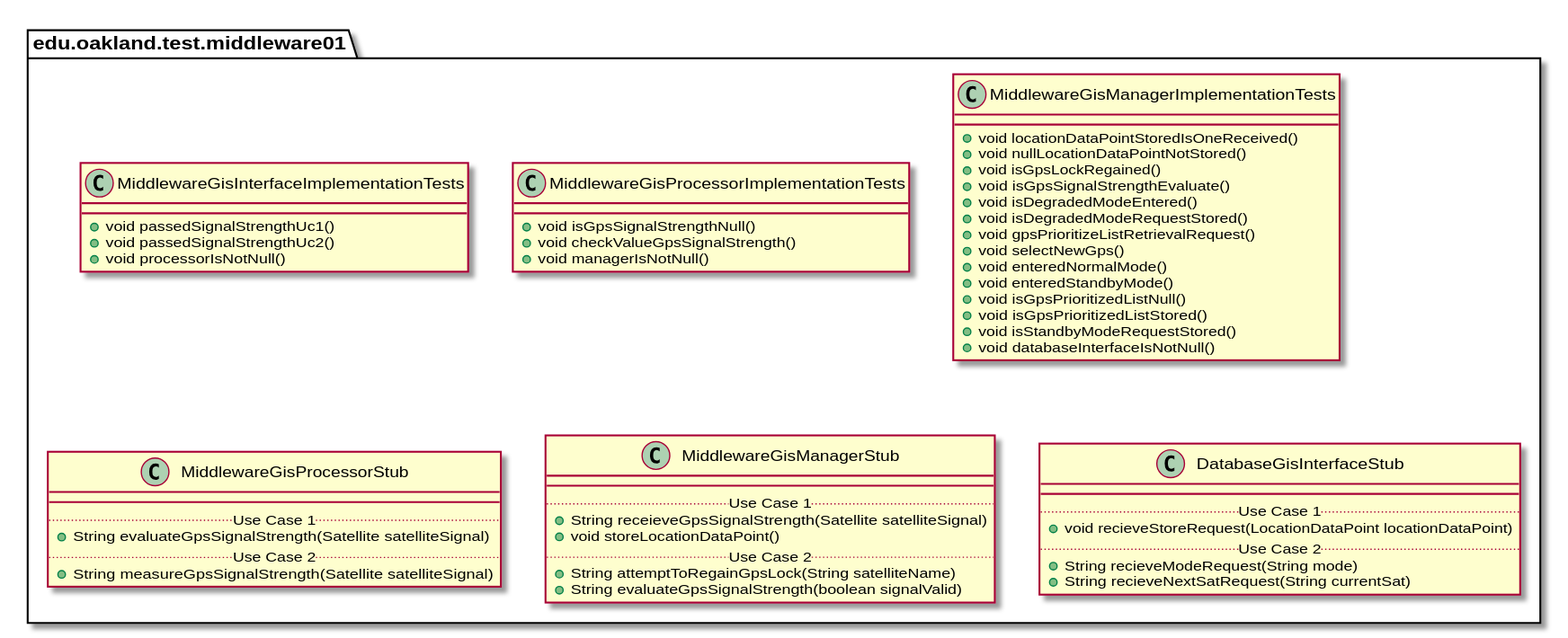
andrewdimmer/csi-3370-software-project keeps this PlantUML diagram as docs/uml-class-diagrams/middleware01/test/Middleware01TestPackage.svg. Above is the earlier version.
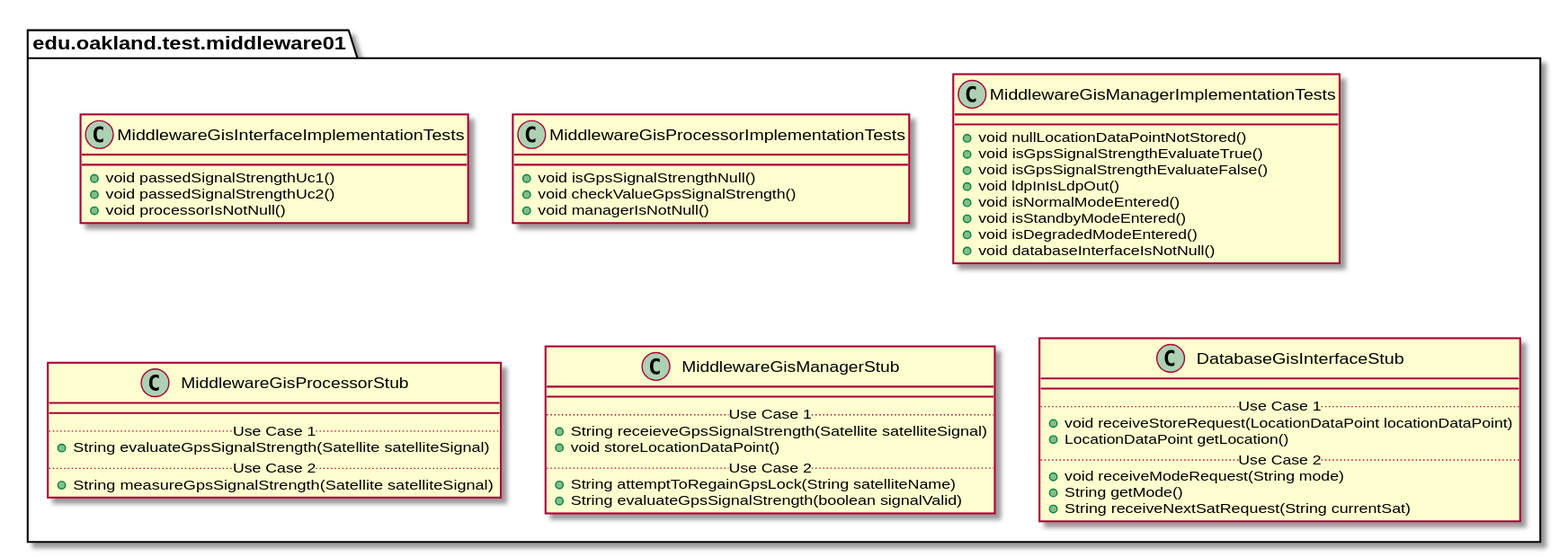
After the commit.

Change to the diagram source:
```diff
@@ -25,19 +25,13 @@
 
 package edu.oakland.test.middleware01 {
   class MiddlewareGisManagerImplementationTests {
-    + void locationDataPointStoredIsOneReceived()
     + void nullLocationDataPointNotStored()
-    + void isGpsLockRegained()
-    + void isGpsSignalStrengthEvaluate()
+    + void isGpsSignalStrengthEvaluateTrue()
+    + void isGpsSignalStrengthEvaluateFalse()
+    + void ldpInIsLdpOut()
+    + void isNormalModeEntered()
+    + void isStandbyModeEntered()
     + void isDegradedModeEntered()
-    + void isDegradedModeRequestStored()
-    + void gpsPrioritizeListRetrievalRequest()
-    + void selectNewGps()
-    + void enteredNormalMode()
-    + void enteredStandbyMode()
-    + void isGpsPrioritizedListNull()
-    + void isGpsPrioritizedListStored()
-    + void isStandbyModeRequestStored()
     + void databaseInterfaceIsNotNull()
   }
 }
@@ -71,10 +65,12 @@
     class DatabaseGisInterfaceStub {
         __
         .. Use Case 1 ..
-        + void recieveStoreRequest(LocationDataPoint locationDataPoint)
+        + void receiveStoreRequest(LocationDataPoint locationDataPoint)
+        + LocationDataPoint getLocation()
         .. Use Case 2 ..
-        + String recieveModeRequest(String mode)
-        + String recieveNextSatRequest(String currentSat)
+        + void receiveModeRequest(String mode)
+        + String getMode()
+        + String receiveNextSatRequest(String currentSat)
     }
 }
 
```
